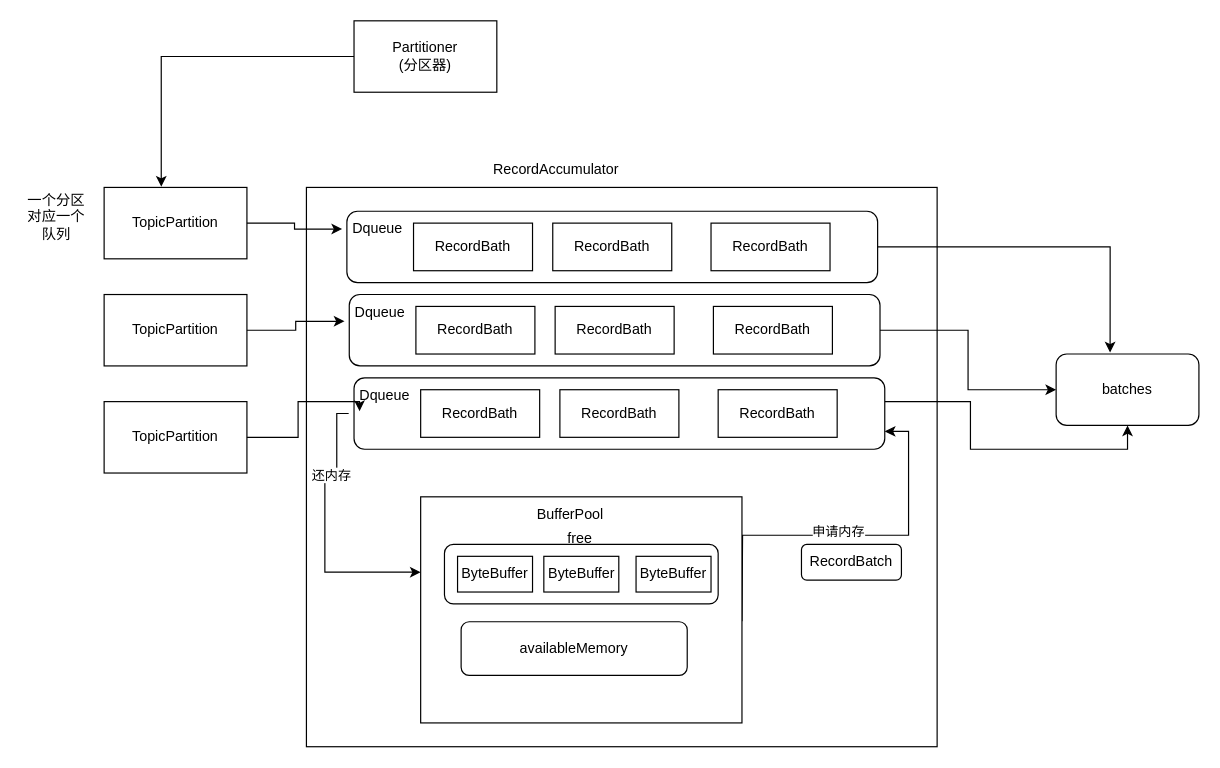
Above: page "RecordAccumulator原理图" (3 of 3) of KAFKA源码.drawio in heyuan-sys/testgit (draw.io), before the change. Source tidied: cells renumbered, new cells numbered last; positions are measured from the earlier drawing's top-left corner, leaving out a move shared by most shapes. Both pictures are drawn from the tidied source at 119%, with x=0, y=0 at pixel (20, 20).
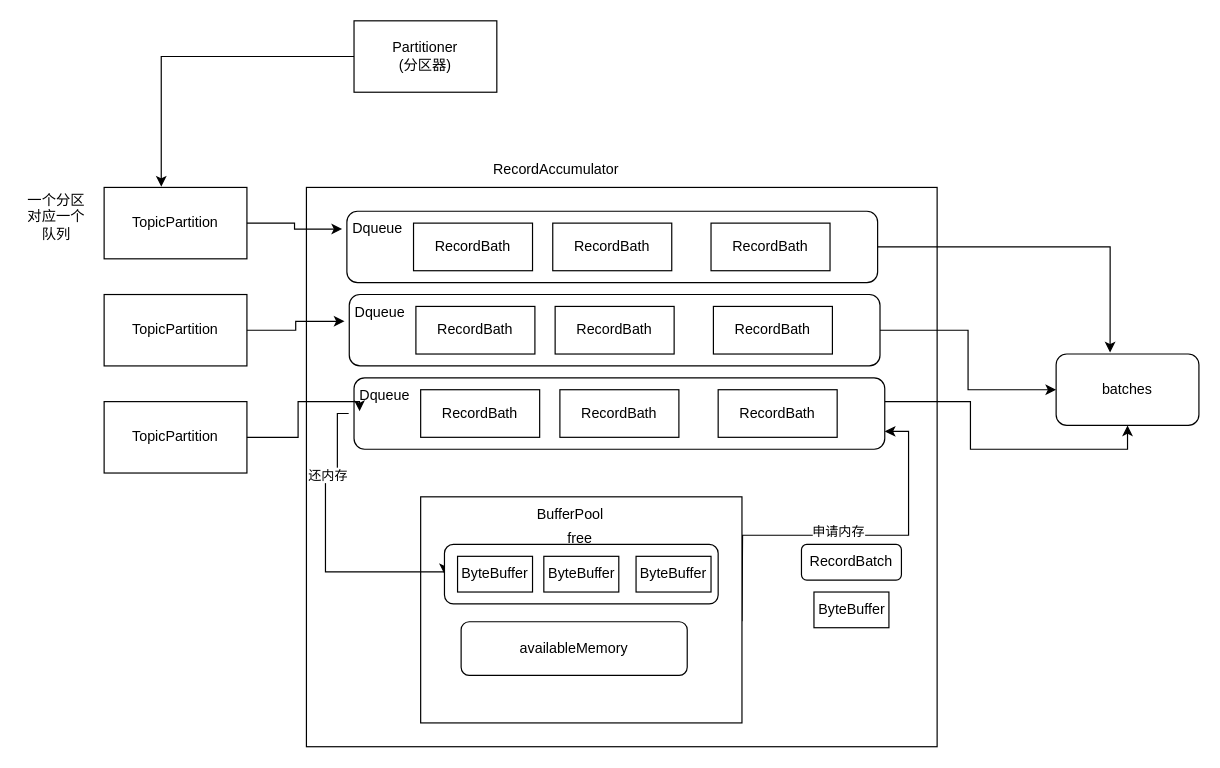
The same diagram, later.

Unchanged cells that the change refers to:
```xml
<mxCell id="38" style="rounded=1;whiteSpace=wrap;html=1;" parent="1" vertex="1">
  <mxGeometry x="356" y="440" width="230" height="50" as="geometry" />
</mxCell>
```

Change to the diagram source:
```diff
@@
-    <mxCell id="33" style="edgeStyle=orthogonalEdgeStyle;rounded=0;orthogonalLoop=1;jettySize=auto;html=1;entryX=0.002;entryY=0.603;entryDx=0;entryDy=0;entryPerimeter=0;" parent="1" edge="1">
+    <mxCell id="33" style="edgeStyle=orthogonalEdgeStyle;rounded=0;jettySize=auto;html=1;entryX=0;entryY=0.5;entryDx=0;entryDy=0;" parent="1" edge="1" target="38">
       <mxGeometry relative="1" as="geometry">
         <mxPoint x="275.5" y="330" as="sourcePoint" />
-        <mxPoint x="336" y="463.3" as="targetPoint" />
         <Array as="points">
-          <mxPoint x="265.5" y="330" />
-          <mxPoint x="265.5" y="380" />
-          <mxPoint x="255.5" y="380" />
-          <mxPoint x="255.5" y="463" />
+          <mxPoint x="266" y="330" />
+          <mxPoint x="266" y="380" />
+          <mxPoint x="256" y="380" />
+          <mxPoint x="256" y="463" />
+          <mxPoint x="356" y="463" />
         </Array>
       </mxGeometry>
     </mxCell>
@@
+    <mxCell id="45" value="ByteBuffer" style="rounded=0;whiteSpace=wrap;html=1;" parent="1" vertex="1">
+      <mxGeometry x="666.5" y="480" width="63" height="30" as="geometry" />
+    </mxCell>
```
